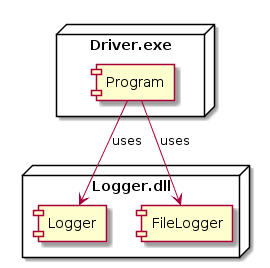
Before: Lesson 05 Log To File/Solution 1 FileLogger Class/images/Deployment-Diagram.png, a diagram exported from PlantUML (cmps253/design-architecture). Source of this version:
```plantuml
@startuml
node "Driver.exe" {
    [Program]
}
node "Logger.dll" {
    [Logger]
    [FileLogger]
}

[Program] -left-> [Logger] :uses
[Program] -down-> [FileLogger] :uses
@enduml
```
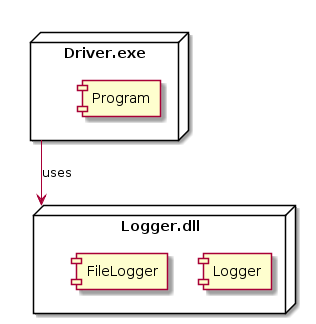
Above is the later version.

Commit message:
fixed deployment diagrams

Change to the diagram source:
```diff
@@ -7,6 +7,5 @@
     [FileLogger]
 }
 
-[Program] -left-> [Logger] :uses
-[Program] -down-> [FileLogger] :uses
+Driver.exe -down-> Logger.dll :uses
 @enduml
```
